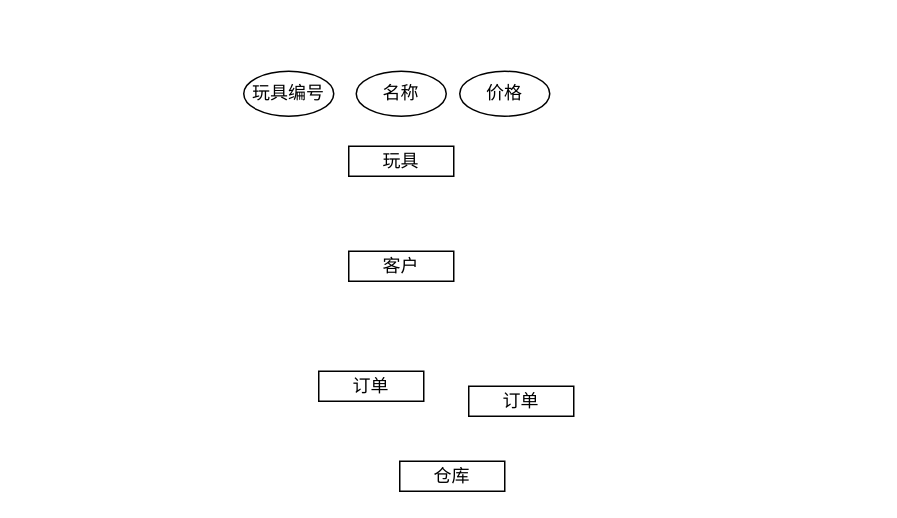
WFTGF2024/UML keeps this draw.io diagram as LessonUML/shijuan.drawio. Above is the earlier version. Source tidied: cells renumbered, new cells numbered last; positions are measured from the earlier drawing's top-left corner, leaving out a move shared by most shapes. Both pictures are drawn from the tidied source at 150%, with x=0, y=0 at pixel (243, 70).
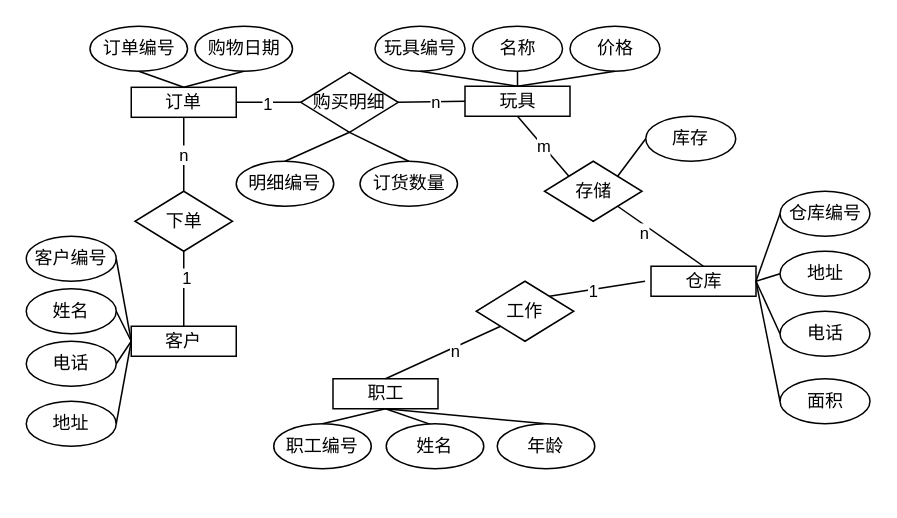
After the change.

Change to the diagram source:
```diff
@@
     <mxCell id="2" value="玩具" style="rounded=0;whiteSpace=wrap;html=1;" parent="1" vertex="1">
-      <mxGeometry x="70" y="50" width="70" height="20" as="geometry" />
+      <mxGeometry x="147.5" y="10" width="70" height="20" as="geometry" />
     </mxCell>
     <mxCell id="3" value="客户" style="rounded=0;whiteSpace=wrap;html=1;" parent="1" vertex="1">
-      <mxGeometry x="70" y="120" width="70" height="20" as="geometry" />
+      <mxGeometry x="-75" y="170" width="70" height="20" as="geometry" />
     </mxCell>
     <mxCell id="4" value="玩具编号" style="ellipse;whiteSpace=wrap;html=1;" parent="1" vertex="1">
-      <mxGeometry width="60" height="30" as="geometry" />
+      <mxGeometry x="87.5" y="-30" width="60" height="30" as="geometry" />
     </mxCell>
     <mxCell id="5" value="名称" style="ellipse;whiteSpace=wrap;html=1;" parent="1" vertex="1">
-      <mxGeometry x="75" width="60" height="30" as="geometry" />
+      <mxGeometry x="152.5" y="-30" width="60" height="30" as="geometry" />
     </mxCell>
-    <mxCell id="6" value="价格" style="ellipse;whiteSpace=wrap;html=1;" parent="1" vertex="1">
-      <mxGeometry x="144" width="60" height="30" as="geometry" />
+    <mxCell id="6" value="仓库编号" style="ellipse;whiteSpace=wrap;html=1;" parent="1" vertex="1">
+      <mxGeometry x="357.5" y="80" width="60" height="30" as="geometry" />
     </mxCell>
     <mxCell id="7" value="仓库" style="rounded=0;whiteSpace=wrap;html=1;" parent="1" vertex="1">
-      <mxGeometry x="104" y="260" width="70" height="20" as="geometry" />
+      <mxGeometry x="271.5" y="130" width="70" height="20" as="geometry" />
     </mxCell>
     <mxCell id="8" value="订单" style="rounded=0;whiteSpace=wrap;html=1;" parent="1" vertex="1">
-      <mxGeometry x="50" y="200" width="70" height="20" as="geometry" />
+      <mxGeometry x="-75" y="10.7" width="70" height="20" as="geometry" />
     </mxCell>
-    <mxCell id="9" value="订单" style="rounded=0;whiteSpace=wrap;html=1;" parent="1" vertex="1">
-      <mxGeometry x="150" y="210" width="70" height="20" as="geometry" />
-    </mxCell>
+    <mxCell id="10" value="客户编号" style="ellipse;whiteSpace=wrap;html=1;" parent="1" vertex="1">
+      <mxGeometry x="-145" y="110" width="60" height="30" as="geometry" />
+    </mxCell>
+    <mxCell id="11" value="姓名" style="ellipse;whiteSpace=wrap;html=1;" parent="1" vertex="1">
+      <mxGeometry x="-145" y="145" width="60" height="30" as="geometry" />
+    </mxCell>
+    <mxCell id="12" value="电话" style="ellipse;whiteSpace=wrap;html=1;" parent="1" vertex="1">
+      <mxGeometry x="-145" y="180" width="60" height="30" as="geometry" />
+    </mxCell>
+    <mxCell id="13" value="地址" style="ellipse;whiteSpace=wrap;html=1;" parent="1" vertex="1">
+      <mxGeometry x="-145" y="220" width="60" height="30" as="geometry" />
+    </mxCell>
+    <mxCell id="14" value="价格" style="ellipse;whiteSpace=wrap;html=1;" parent="1" vertex="1">
+      <mxGeometry x="217.5" y="-30" width="60" height="30" as="geometry" />
+    </mxCell>
+    <mxCell id="15" value="地址" style="ellipse;whiteSpace=wrap;html=1;" parent="1" vertex="1">
+      <mxGeometry x="357.5" y="120" width="60" height="30" as="geometry" />
+    </mxCell>
+    <mxCell id="16" value="电话" style="ellipse;whiteSpace=wrap;html=1;" parent="1" vertex="1">
+      <mxGeometry x="357.5" y="160" width="60" height="30" as="geometry" />
+    </mxCell>
+    <mxCell id="17" value="面积" style="ellipse;whiteSpace=wrap;html=1;" parent="1" vertex="1">
+      <mxGeometry x="357.5" y="205" width="60" height="30" as="geometry" />
+    </mxCell>
+    <mxCell id="18" value="订货数量" style="ellipse;whiteSpace=wrap;html=1;" parent="1" vertex="1">
+      <mxGeometry x="77.5" y="60" width="65" height="30" as="geometry" />
+    </mxCell>
+    <mxCell id="19" value="订单编号" style="ellipse;whiteSpace=wrap;html=1;" parent="1" vertex="1">
+      <mxGeometry x="-102.5" y="-30" width="65" height="30" as="geometry" />
+    </mxCell>
+    <mxCell id="20" value="购物日期" style="ellipse;whiteSpace=wrap;html=1;" parent="1" vertex="1">
+      <mxGeometry x="-32.5" y="-30" width="65" height="30" as="geometry" />
+    </mxCell>
+    <mxCell id="21" value="明细编号" style="ellipse;whiteSpace=wrap;html=1;" parent="1" vertex="1">
+      <mxGeometry x="-5" y="60" width="65" height="30" as="geometry" />
+    </mxCell>
+    <mxCell id="22" value="存储" style="rhombus;whiteSpace=wrap;html=1;" parent="1" vertex="1">
+      <mxGeometry x="200.5" y="60" width="65" height="40" as="geometry" />
+    </mxCell>
+    <mxCell id="23" value="库存" style="ellipse;whiteSpace=wrap;html=1;" parent="1" vertex="1">
+      <mxGeometry x="268" y="30" width="60" height="30" as="geometry" />
+    </mxCell>
+    <mxCell id="24" style="endArrow=none;html=1;rounded=0;entryX=0;entryY=0;entryDx=0;entryDy=0;exitX=0.5;exitY=1;exitDx=0;exitDy=0;" parent="1" edge="1" source="2" target="22">
+      <mxGeometry relative="1" as="geometry" />
+    </mxCell>
+    <mxCell id="25" value="m" style="edgeLabel;html=1;align=center;verticalAlign=middle;" parent="24" vertex="1">
+      <mxGeometry x="-0.04" relative="1" as="geometry">
+        <mxPoint x="1" y="1" as="offset" />
+      </mxGeometry>
+    </mxCell>
+    <mxCell id="26" style="endArrow=none;html=1;rounded=0;exitX=1;exitY=0.5;exitDx=0;exitDy=0;entryX=0;entryY=0.5;entryDx=0;entryDy=0;" parent="1" edge="1" source="8" target="47">
+      <mxGeometry relative="1" as="geometry" />
+    </mxCell>
+    <mxCell id="27" value="1" style="edgeLabel;html=1;align=center;verticalAlign=middle;" parent="26" vertex="1">
+      <mxGeometry x="-0.06" y="-1" relative="1" as="geometry" />
+    </mxCell>
+    <mxCell id="28" style="endArrow=none;html=1;rounded=0;exitX=0.5;exitY=1;exitDx=0;exitDy=0;entryX=0.5;entryY=0;entryDx=0;entryDy=0;" parent="1" edge="1" source="32" target="42">
+      <mxGeometry relative="1" as="geometry" />
+    </mxCell>
+    <mxCell id="29" style="endArrow=none;html=1;rounded=0;exitX=1;exitY=1;exitDx=0;exitDy=0;entryX=0.5;entryY=0;entryDx=0;entryDy=0;" parent="1" edge="1" source="22" target="7">
+      <mxGeometry relative="1" as="geometry" />
+    </mxCell>
+    <mxCell id="30" value="n" style="edgeLabel;html=1;align=center;verticalAlign=middle;" parent="29" vertex="1">
+      <mxGeometry x="-0.32" y="-4" relative="1" as="geometry" />
+    </mxCell>
+    <mxCell id="31" style="endArrow=none;html=1;rounded=0;exitX=1;exitY=0;exitDx=0;exitDy=0;entryX=0;entryY=0.5;entryDx=0;entryDy=0;" parent="1" edge="1" source="22" target="23">
+      <mxGeometry relative="1" as="geometry" />
+    </mxCell>
+    <mxCell id="32" value="职工" style="rounded=0;whiteSpace=wrap;html=1;" parent="1" vertex="1">
+      <mxGeometry x="59.5" y="205" width="70" height="20" as="geometry" />
+    </mxCell>
+    <mxCell id="33" value="工作" style="rhombus;whiteSpace=wrap;html=1;" parent="1" vertex="1">
+      <mxGeometry x="155" y="140" width="65" height="40" as="geometry" />
+    </mxCell>
+    <mxCell id="34" style="endArrow=none;html=1;rounded=0;entryX=0.462;entryY=0.019;entryDx=0;entryDy=0;entryPerimeter=0;" parent="1" edge="1" target="41">
+      <mxGeometry relative="1" as="geometry">
+        <mxPoint x="94.5" y="225" as="sourcePoint" />
+      </mxGeometry>
+    </mxCell>
+    <mxCell id="35" style="endArrow=none;html=1;rounded=0;exitX=1;exitY=0.5;exitDx=0;exitDy=0;entryX=0;entryY=0.5;entryDx=0;entryDy=0;" parent="1" edge="1" source="7" target="6">
+      <mxGeometry relative="1" as="geometry" />
+    </mxCell>
+    <mxCell id="36" style="endArrow=none;html=1;rounded=0;exitX=1;exitY=0;exitDx=0;exitDy=0;" parent="1" edge="1" source="33">
+      <mxGeometry relative="1" as="geometry">
+        <mxPoint x="267.5" y="140" as="targetPoint" />
+      </mxGeometry>
+    </mxCell>
+    <mxCell id="37" value="1" style="edgeLabel;html=1;align=center;verticalAlign=middle;" parent="36" vertex="1">
+      <mxGeometry x="-0.09" y="-1" relative="1" as="geometry" />
+    </mxCell>
+    <mxCell id="38" style="endArrow=none;html=1;rounded=0;entryX=0;entryY=1;entryDx=0;entryDy=0;exitX=0.5;exitY=0;exitDx=0;exitDy=0;" parent="1" edge="1" source="32" target="33">
+      <mxGeometry relative="1" as="geometry" />
+    </mxCell>
+    <mxCell id="39" value="n" style="edgeLabel;html=1;align=center;verticalAlign=middle;" parent="38" vertex="1">
+      <mxGeometry x="0.18" y="-2" relative="1" as="geometry" />
+    </mxCell>
+    <mxCell id="40" value="职工编号" style="ellipse;whiteSpace=wrap;html=1;" parent="1" vertex="1">
+      <mxGeometry x="20" y="235" width="65" height="30" as="geometry" />
+    </mxCell>
+    <mxCell id="41" value="姓名" style="ellipse;whiteSpace=wrap;html=1;" parent="1" vertex="1">
+      <mxGeometry x="95" y="235" width="65" height="30" as="geometry" />
+    </mxCell>
+    <mxCell id="42" value="年龄" style="ellipse;whiteSpace=wrap;html=1;" parent="1" vertex="1">
+      <mxGeometry x="169" y="235" width="65" height="30" as="geometry" />
+    </mxCell>
+    <mxCell id="43" style="endArrow=none;html=1;rounded=0;entryX=0.5;entryY=1;entryDx=0;entryDy=0;exitX=0.5;exitY=0;exitDx=0;exitDy=0;" parent="1" edge="1" source="40" target="32">
+      <mxGeometry relative="1" as="geometry" />
+    </mxCell>
+    <mxCell id="44" style="endArrow=none;html=1;rounded=0;entryX=1;entryY=0.5;entryDx=0;entryDy=0;exitX=0;exitY=0.5;exitDx=0;exitDy=0;" parent="1" edge="1" source="17" target="7">
+      <mxGeometry relative="1" as="geometry" />
+    </mxCell>
+    <mxCell id="45" style="endArrow=none;html=1;rounded=0;entryX=0;entryY=0.5;entryDx=0;entryDy=0;exitX=1;exitY=0.5;exitDx=0;exitDy=0;" parent="1" edge="1" source="7" target="16">
+      <mxGeometry relative="1" as="geometry" />
+    </mxCell>
+    <mxCell id="46" style="endArrow=none;html=1;rounded=0;exitX=1;exitY=0.5;exitDx=0;exitDy=0;entryX=0;entryY=0.5;entryDx=0;entryDy=0;" parent="1" edge="1" source="7" target="15">
+      <mxGeometry relative="1" as="geometry" />
+    </mxCell>
+    <mxCell id="47" value="购买明细" style="rhombus;whiteSpace=wrap;html=1;" parent="1" vertex="1">
+      <mxGeometry x="38" y="0.7" width="65" height="40" as="geometry" />
+    </mxCell>
+    <mxCell id="48" style="endArrow=none;html=1;rounded=0;entryX=0.5;entryY=1;entryDx=0;entryDy=0;exitX=0.5;exitY=0;exitDx=0;exitDy=0;" parent="1" edge="1" source="21" target="47">
+      <mxGeometry relative="1" as="geometry" />
+    </mxCell>
+    <mxCell id="49" style="endArrow=none;html=1;rounded=0;exitX=0;exitY=0.5;exitDx=0;exitDy=0;entryX=1;entryY=0.5;entryDx=0;entryDy=0;" parent="1" edge="1" source="2" target="47">
+      <mxGeometry relative="1" as="geometry" />
+    </mxCell>
+    <mxCell id="50" value="n" style="edgeLabel;html=1;align=center;verticalAlign=middle;" parent="49" vertex="1">
+      <mxGeometry x="0.41" y="4" relative="1" as="geometry">
+        <mxPoint x="11" y="-4" as="offset" />
+      </mxGeometry>
+    </mxCell>
+    <mxCell id="51" style="endArrow=none;html=1;rounded=0;entryX=0.5;entryY=0;entryDx=0;entryDy=0;exitX=0.5;exitY=1;exitDx=0;exitDy=0;" parent="1" edge="1" source="47" target="18">
+      <mxGeometry relative="1" as="geometry" />
+    </mxCell>
+    <mxCell id="52" style="endArrow=none;html=1;rounded=0;entryX=0.5;entryY=1;entryDx=0;entryDy=0;exitX=0.5;exitY=0;exitDx=0;exitDy=0;" parent="1" edge="1" source="8" target="20">
+      <mxGeometry relative="1" as="geometry" />
+    </mxCell>
+    <mxCell id="53" style="endArrow=none;html=1;rounded=0;entryX=0.5;entryY=1;entryDx=0;entryDy=0;exitX=0.5;exitY=0;exitDx=0;exitDy=0;" parent="1" edge="1" source="8" target="19">
+      <mxGeometry relative="1" as="geometry" />
+    </mxCell>
+    <mxCell id="54" style="endArrow=none;html=1;rounded=0;entryX=0.5;entryY=0;entryDx=0;entryDy=0;exitX=0.5;exitY=1;exitDx=0;exitDy=0;" parent="1" edge="1" source="4" target="2">
+      <mxGeometry relative="1" as="geometry" />
+    </mxCell>
+    <mxCell id="55" style="endArrow=none;html=1;rounded=0;entryX=0.5;entryY=1;entryDx=0;entryDy=0;exitX=0.5;exitY=0;exitDx=0;exitDy=0;" parent="1" edge="1" source="2" target="5">
+      <mxGeometry relative="1" as="geometry" />
+    </mxCell>
+    <mxCell id="56" style="endArrow=none;html=1;rounded=0;entryX=0.5;entryY=1;entryDx=0;entryDy=0;exitX=0.5;exitY=0;exitDx=0;exitDy=0;" parent="1" edge="1" source="2" target="14">
+      <mxGeometry relative="1" as="geometry" />
+    </mxCell>
+    <mxCell id="57" style="endArrow=none;html=1;rounded=0;entryX=0.5;entryY=1;entryDx=0;entryDy=0;exitX=0.5;exitY=0;exitDx=0;exitDy=0;" parent="1" edge="1" source="3" target="62">
+      <mxGeometry relative="1" as="geometry" />
+    </mxCell>
+    <mxCell id="58" value="1" style="edgeLabel;html=1;align=center;verticalAlign=middle;" parent="57" vertex="1">
+      <mxGeometry x="0.3" y="-1" relative="1" as="geometry" />
+    </mxCell>
+    <mxCell id="59" style="endArrow=none;html=1;rounded=0;entryX=0.5;entryY=0;entryDx=0;entryDy=0;exitX=0.5;exitY=1;exitDx=0;exitDy=0;" parent="1" edge="1" source="8" target="62">
+      <mxGeometry relative="1" as="geometry" />
+    </mxCell>
+    <mxCell id="60" value="n" style="edgeLabel;html=1;align=center;verticalAlign=middle;" parent="59" vertex="1">
+      <mxGeometry y="-1" relative="1" as="geometry" />
+    </mxCell>
+    <mxCell id="61" style="endArrow=none;html=1;rounded=0;entryX=0;entryY=0.5;entryDx=0;entryDy=0;exitX=1;exitY=0.5;exitDx=0;exitDy=0;" parent="1" edge="1" source="13" target="3">
+      <mxGeometry relative="1" as="geometry" />
+    </mxCell>
+    <mxCell id="62" value="下单" style="rhombus;whiteSpace=wrap;html=1;" parent="1" vertex="1">
+      <mxGeometry x="-72.5" y="80" width="65" height="40" as="geometry" />
+    </mxCell>
+    <mxCell id="63" style="endArrow=none;html=1;rounded=0;entryX=0;entryY=0.5;entryDx=0;entryDy=0;exitX=1;exitY=0.5;exitDx=0;exitDy=0;" parent="1" edge="1" source="12" target="3">
+      <mxGeometry relative="1" as="geometry" />
+    </mxCell>
+    <mxCell id="64" style="endArrow=none;html=1;rounded=0;entryX=0;entryY=0.5;entryDx=0;entryDy=0;exitX=1;exitY=0.5;exitDx=0;exitDy=0;" parent="1" edge="1" source="11" target="3">
+      <mxGeometry relative="1" as="geometry" />
+    </mxCell>
+    <mxCell id="65" style="endArrow=none;html=1;rounded=0;entryX=0;entryY=0.5;entryDx=0;entryDy=0;exitX=1;exitY=0.5;exitDx=0;exitDy=0;" parent="1" edge="1" source="10" target="3">
+      <mxGeometry relative="1" as="geometry" />
+    </mxCell>
```
